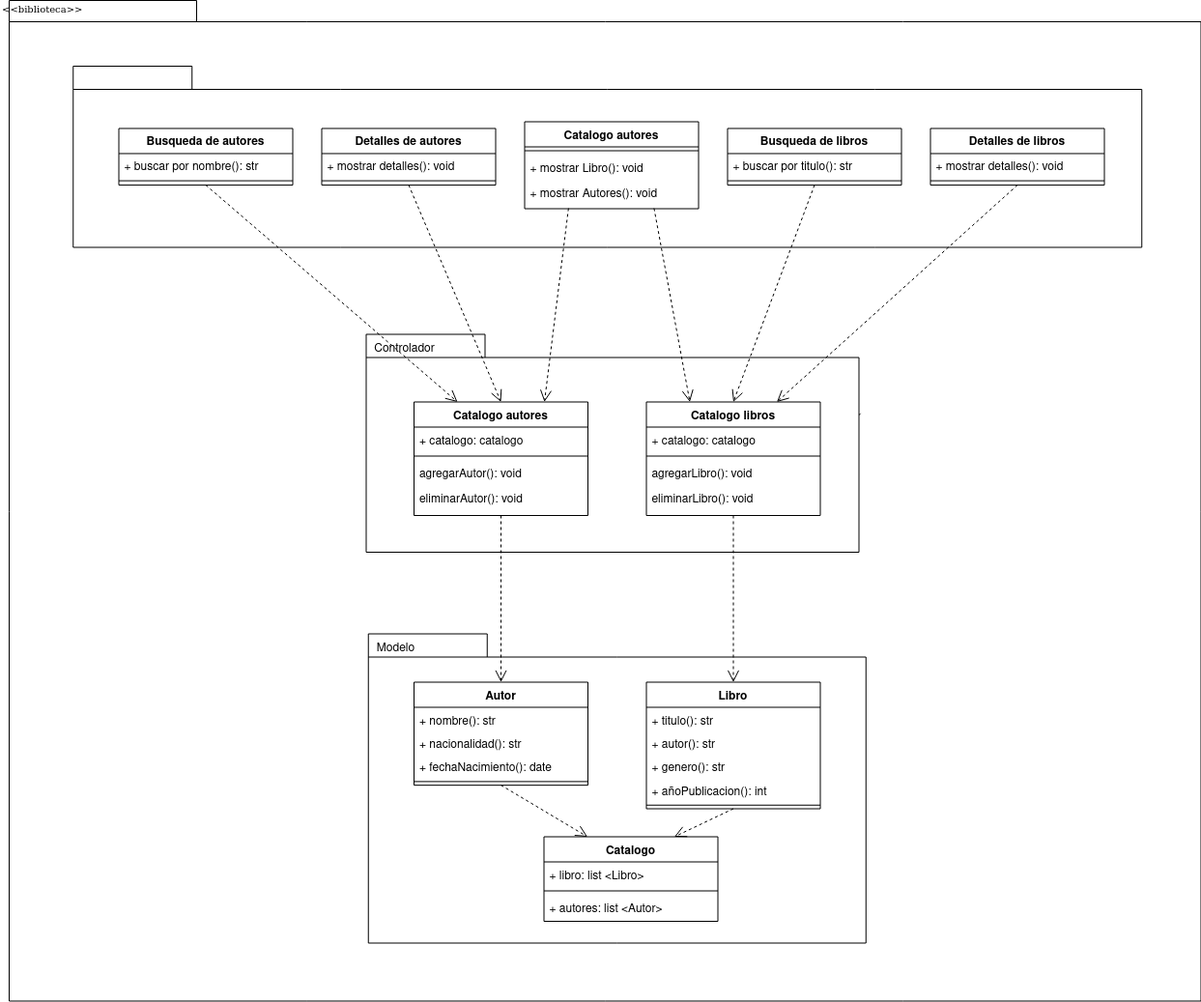
This is diagramas/tarea2 (biblioteca)/diagrama_paquete_gestion_biblioteca.png from Chugani05/entorno_de_desarrollo, a draw.io export, as it was before one commit. Source tidied: cells renumbered, new cells last; positions are measured from the earlier drawing's top-left corner, leaving out a move shared by most shapes.
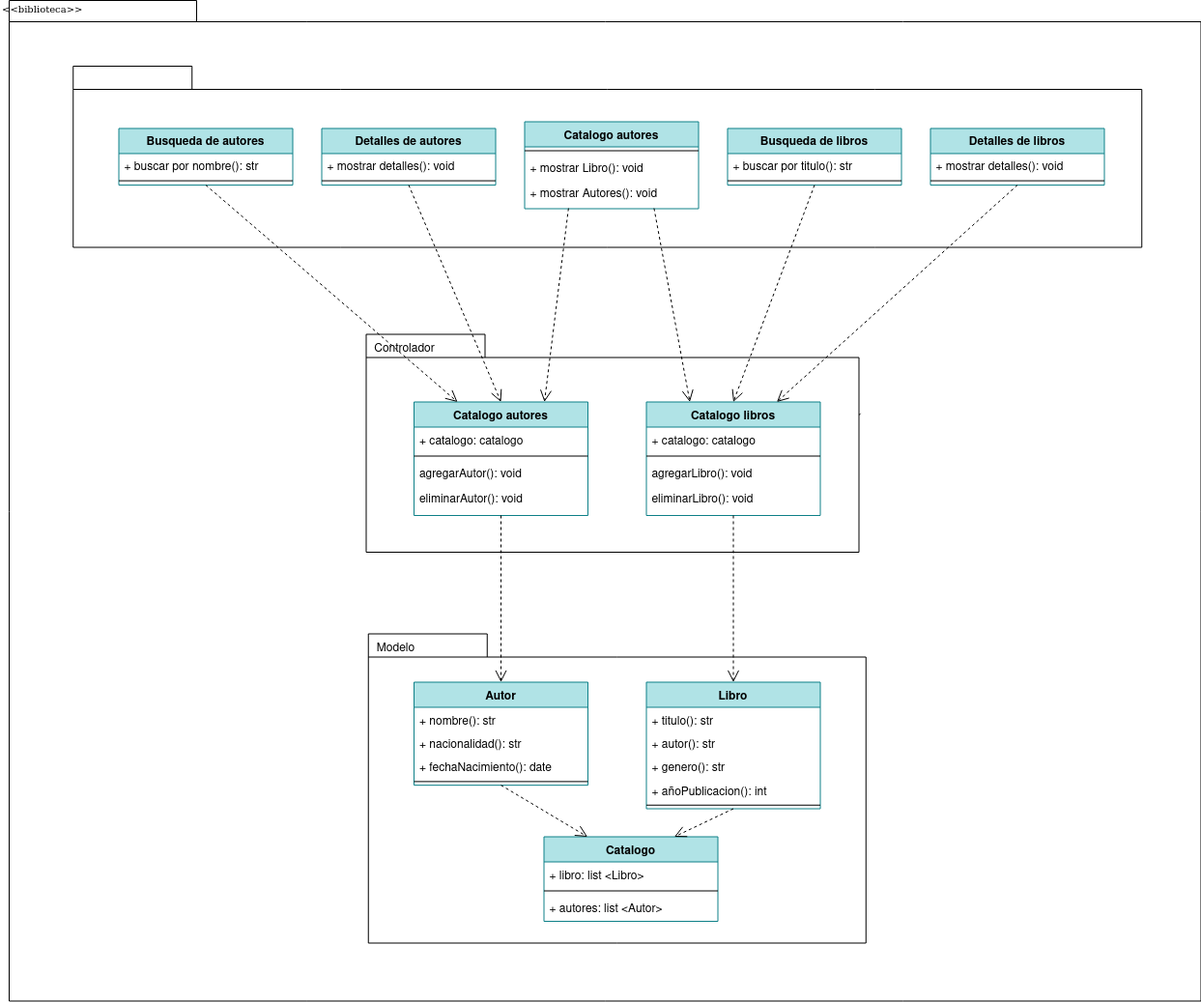
The same file after the commit.

Change to the diagram source:
```diff
@@ -5,13 +5,13 @@
     <mxCell id="2" style="shape=folder;fontStyle=1;spacingTop=10;tabWidth=194;tabHeight=22;tabPosition=left;html=1;rounded=0;shadow=0;comic=0;labelBackgroundColor=none;strokeWidth=1;fillColor=none;fontFamily=Verdana;fontSize=10;align=center;" parent="1" vertex="1">
       <mxGeometry x="9" width="1233.5" height="1035.5" as="geometry" />
     </mxCell>
-    <mxCell id="3" style="group;" parent="1" vertex="1">
+    <mxCell id="3" style="group;fillColor=none;" parent="1" vertex="1">
       <mxGeometry x="95.2" y="68" width="1086" height="187.5" as="geometry" />
     </mxCell>
     <mxCell id="4" style="shape=folder;fontStyle=1;spacingTop=10;tabWidth=123;tabHeight=24;tabPosition=left;html=1;rounded=0;shadow=0;comic=0;labelBackgroundColor=none;strokeWidth=1;fontFamily=Verdana;fontSize=10;align=center;" parent="3" vertex="1">
       <mxGeometry x="-20" width="1106" height="187.5" as="geometry" />
     </mxCell>
-    <mxCell id="5" value="Busqueda de autores" style="swimlane;fontStyle=1;align=center;verticalAlign=top;horizontal=1;startSize=26;rounded=0;shadow=0;strokeWidth=1;" parent="3" vertex="1">
+    <mxCell id="5" value="Busqueda de autores" style="swimlane;fontStyle=1;align=center;verticalAlign=top;horizontal=1;startSize=26;rounded=0;shadow=0;strokeWidth=1;fillColor=#b0e3e6;strokeColor=#0e8088;" parent="3" vertex="1">
       <mxGeometry x="27.2" y="64.5" width="180" height="58.6" as="geometry" />
     </mxCell>
     <mxCell id="6" value="+ buscar por nombre(): str" style="text;align=left;verticalAlign=top;spacingLeft=4;spacingRight=4;overflow=hidden;" parent="5" vertex="1">
@@ -20,7 +20,7 @@
     <mxCell id="7" style="line;html=1;strokeWidth=1;align=left;verticalAlign=middle;spacingTop=-1;spacingLeft=3;spacingRight=3;labelPosition=right;" parent="5" vertex="1">
       <mxGeometry y="50.4" width="180" height="7.5" as="geometry" />
     </mxCell>
-    <mxCell id="8" value="Detalles de autores" style="swimlane;fontStyle=1;align=center;verticalAlign=top;horizontal=1;startSize=26;rounded=0;shadow=0;strokeWidth=1;" parent="3" vertex="1">
+    <mxCell id="8" value="Detalles de autores" style="swimlane;fontStyle=1;align=center;verticalAlign=top;horizontal=1;startSize=26;rounded=0;shadow=0;strokeWidth=1;fillColor=#b0e3e6;strokeColor=#0e8088;" parent="3" vertex="1">
       <mxGeometry x="237.2" y="64.5" width="180" height="58.6" as="geometry" />
     </mxCell>
     <mxCell id="9" value="+ mostrar detalles(): void" style="text;align=left;verticalAlign=top;spacingLeft=4;spacingRight=4;overflow=hidden;" parent="8" vertex="1">
@@ -29,7 +29,7 @@
     <mxCell id="10" style="line;html=1;strokeWidth=1;align=left;verticalAlign=middle;spacingTop=-1;spacingLeft=3;spacingRight=3;labelPosition=right;" parent="8" vertex="1">
       <mxGeometry y="50.4" width="180" height="7.5" as="geometry" />
     </mxCell>
-    <mxCell id="11" value="Busqueda de libros" style="swimlane;fontStyle=1;align=center;verticalAlign=top;horizontal=1;startSize=26;rounded=0;shadow=0;strokeWidth=1;" parent="3" vertex="1">
+    <mxCell id="11" value="Busqueda de libros" style="swimlane;fontStyle=1;align=center;verticalAlign=top;horizontal=1;startSize=26;rounded=0;shadow=0;strokeWidth=1;fillColor=#b0e3e6;strokeColor=#0e8088;" parent="3" vertex="1">
       <mxGeometry x="657.2" y="64.5" width="180" height="58.6" as="geometry" />
     </mxCell>
     <mxCell id="12" value="+ buscar por titulo(): str" style="text;align=left;verticalAlign=top;spacingLeft=4;spacingRight=4;overflow=hidden;" parent="11" vertex="1">
@@ -38,7 +38,7 @@
     <mxCell id="13" style="line;html=1;strokeWidth=1;align=left;verticalAlign=middle;spacingTop=-1;spacingLeft=3;spacingRight=3;labelPosition=right;" parent="11" vertex="1">
       <mxGeometry y="50.4" width="180" height="7.5" as="geometry" />
     </mxCell>
-    <mxCell id="14" value="Detalles de libros" style="swimlane;fontStyle=1;align=center;verticalAlign=top;horizontal=1;startSize=26;rounded=0;shadow=0;strokeWidth=1;" parent="3" vertex="1">
+    <mxCell id="14" value="Detalles de libros" style="swimlane;fontStyle=1;align=center;verticalAlign=top;horizontal=1;startSize=26;rounded=0;shadow=0;strokeWidth=1;fillColor=#b0e3e6;strokeColor=#0e8088;" parent="3" vertex="1">
       <mxGeometry x="867.2" y="64.5" width="180" height="58.6" as="geometry" />
     </mxCell>
     <mxCell id="15" value="+ mostrar detalles(): void" style="text;align=left;verticalAlign=top;spacingLeft=4;spacingRight=4;overflow=hidden;" parent="14" vertex="1">
@@ -61,7 +61,7 @@
     <mxCell id="20" value="&amp;lt;&amp;lt;biblioteca&amp;gt;&amp;gt;" style="text;html=1;align=left;verticalAlign=top;spacingTop=-4;fontSize=10;fontFamily=Verdana;" parent="1" vertex="1">
       <mxGeometry width="130" height="20" as="geometry" />
     </mxCell>
-    <mxCell id="21" value="Catalogo autores" style="swimlane;fontStyle=1;align=center;verticalAlign=top;horizontal=1;startSize=26;rounded=0;shadow=0;strokeWidth=1;" parent="1" vertex="1">
+    <mxCell id="21" value="Catalogo autores" style="swimlane;fontStyle=1;align=center;verticalAlign=top;horizontal=1;startSize=26;rounded=0;shadow=0;strokeWidth=1;fillColor=#b0e3e6;strokeColor=#0e8088;" parent="1" vertex="1">
       <mxGeometry x="428" y="415.5" width="180" height="117.5" as="geometry" />
     </mxCell>
     <mxCell id="22" value="+ catalogo: catalogo" style="text;align=left;verticalAlign=top;spacingLeft=4;spacingRight=4;overflow=hidden;" parent="21" vertex="1">
@@ -76,7 +76,7 @@
     <mxCell id="25" value="eliminarAutor(): void" style="text;align=left;verticalAlign=top;spacingLeft=4;spacingRight=4;overflow=hidden;rounded=0;shadow=0;html=0;" parent="21" vertex="1">
       <mxGeometry y="86" width="180" height="26" as="geometry" />
     </mxCell>
-    <mxCell id="26" value="Catalogo" style="swimlane;fontStyle=1;align=center;verticalAlign=top;horizontal=1;startSize=26;rounded=0;shadow=0;strokeWidth=1;" parent="1" vertex="1">
+    <mxCell id="26" value="Catalogo" style="swimlane;fontStyle=1;align=center;verticalAlign=top;horizontal=1;startSize=26;rounded=0;shadow=0;strokeWidth=1;fillColor=#b0e3e6;strokeColor=#0e8088;" parent="1" vertex="1">
       <mxGeometry x="562.5" y="865.5" width="180" height="87.5" as="geometry" />
     </mxCell>
     <mxCell id="27" value="+ libro: list &lt;Libro&gt;" style="text;align=left;verticalAlign=top;spacingLeft=4;spacingRight=4;overflow=hidden;" parent="26" vertex="1">
@@ -88,7 +88,7 @@
     <mxCell id="29" value="+ autores: list &lt;Autor&gt;" style="text;align=left;verticalAlign=top;spacingLeft=4;spacingRight=4;overflow=hidden;rounded=0;shadow=0;html=0;" parent="26" vertex="1">
       <mxGeometry y="60" width="180" height="26" as="geometry" />
     </mxCell>
-    <mxCell id="30" value="Catalogo libros" style="swimlane;fontStyle=1;align=center;verticalAlign=top;horizontal=1;startSize=26;rounded=0;shadow=0;strokeWidth=1;" parent="1" vertex="1">
+    <mxCell id="30" value="Catalogo libros" style="swimlane;fontStyle=1;align=center;verticalAlign=top;horizontal=1;startSize=26;rounded=0;shadow=0;strokeWidth=1;fillColor=#b0e3e6;strokeColor=#0e8088;" parent="1" vertex="1">
       <mxGeometry x="668.5" y="415.5" width="180" height="117.5" as="geometry" />
     </mxCell>
     <mxCell id="31" value="+ catalogo: catalogo" style="text;align=left;verticalAlign=top;spacingLeft=4;spacingRight=4;overflow=hidden;" parent="30" vertex="1">
@@ -106,7 +106,7 @@
     <mxCell id="35" value="Controlador" style="text;html=1;align=center;verticalAlign=middle;strokeColor=none;fillColor=none;" parent="1" vertex="1">
       <mxGeometry x="372.5" y="345.5" width="90" height="30" as="geometry" />
     </mxCell>
-    <mxCell id="36" value="Catalogo autores" style="swimlane;fontStyle=1;align=center;verticalAlign=top;horizontal=1;startSize=26;rounded=0;shadow=0;strokeWidth=1;" parent="1" vertex="1">
+    <mxCell id="36" value="Catalogo autores" style="swimlane;fontStyle=1;align=center;verticalAlign=top;horizontal=1;startSize=26;rounded=0;shadow=0;strokeWidth=1;fillColor=#b0e3e6;strokeColor=#0e8088;" parent="1" vertex="1">
       <mxGeometry x="542.5" y="125.5" width="180" height="90" as="geometry" />
     </mxCell>
     <mxCell id="37" style="line;html=1;strokeWidth=1;align=left;verticalAlign=middle;spacingTop=-1;spacingLeft=3;spacingRight=3;labelPosition=right;" parent="36" vertex="1">
@@ -136,7 +136,7 @@
     <mxCell id="45" style="edgeStyle=none;rounded=0;html=1;dashed=1;labelBackgroundColor=none;startFill=0;endArrow=open;endFill=0;endSize=10;fontFamily=Verdana;fontSize=10;entryX=0.75;entryY=0;entryDx=0;entryDy=0;exitX=0.5;exitY=1;exitDx=0;exitDy=0;" parent="1" edge="1" source="14" target="30">
       <mxGeometry relative="1" as="geometry" />
     </mxCell>
-    <mxCell id="46" value="Autor&#10;" style="swimlane;fontStyle=1;align=center;verticalAlign=top;horizontal=1;startSize=26;rounded=0;shadow=0;strokeWidth=1;" parent="1" vertex="1">
+    <mxCell id="46" value="Autor&#10;" style="swimlane;fontStyle=1;align=center;verticalAlign=top;horizontal=1;startSize=26;rounded=0;shadow=0;strokeWidth=1;fillColor=#b0e3e6;strokeColor=#0e8088;" parent="1" vertex="1">
       <mxGeometry x="428" y="705.5" width="180" height="106.6" as="geometry" />
     </mxCell>
     <mxCell id="47" value="+ nombre(): str" style="text;align=left;verticalAlign=top;spacingLeft=4;spacingRight=4;overflow=hidden;" parent="46" vertex="1">
@@ -151,7 +151,7 @@
     <mxCell id="50" style="line;html=1;strokeWidth=1;align=left;verticalAlign=middle;spacingTop=-1;spacingLeft=3;spacingRight=3;labelPosition=right;" parent="46" vertex="1">
       <mxGeometry y="99.1" width="180" height="7.5" as="geometry" />
     </mxCell>
-    <mxCell id="51" value="Libro" style="swimlane;fontStyle=1;align=center;verticalAlign=top;horizontal=1;startSize=26;rounded=0;shadow=0;strokeWidth=1;" parent="1" vertex="1">
+    <mxCell id="51" value="Libro" style="swimlane;fontStyle=1;align=center;verticalAlign=top;horizontal=1;startSize=26;rounded=0;shadow=0;strokeWidth=1;fillColor=#b0e3e6;strokeColor=#0e8088;" parent="1" vertex="1">
       <mxGeometry x="668.5" y="705.5" width="180" height="131" as="geometry" />
     </mxCell>
     <mxCell id="52" value="+ titulo(): str" style="text;align=left;verticalAlign=top;spacingLeft=4;spacingRight=4;overflow=hidden;" parent="51" vertex="1">
```
